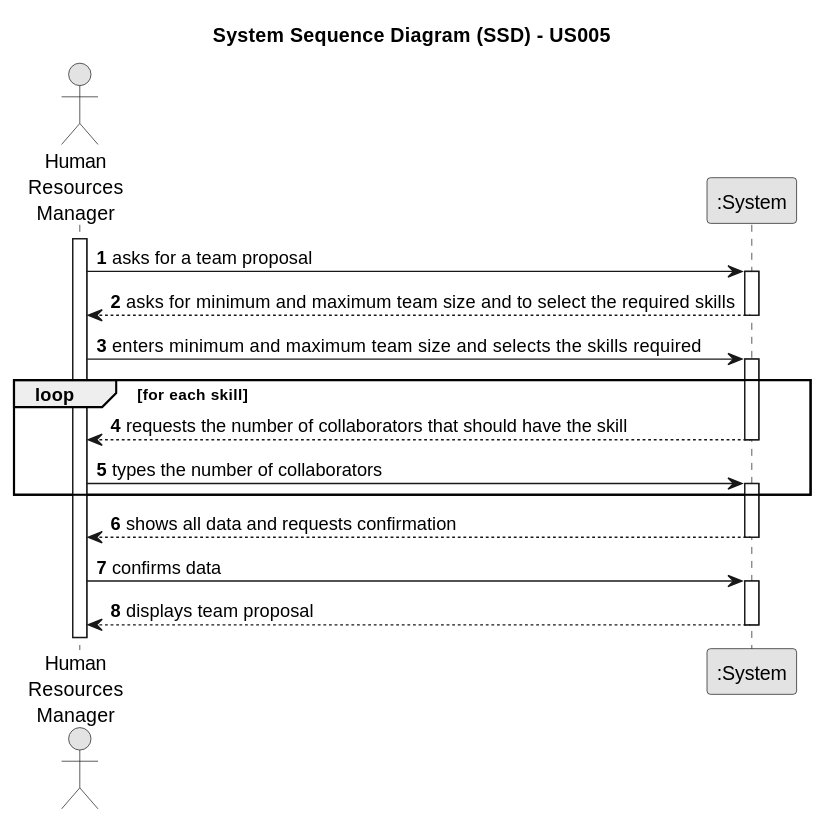
This is docs/sprintA/us005/01.requirements-engineering/svg/us005-system-sequence-diagram.svg from Departamento-de-Engenharia-Informatica/lei-24-s2-1dm-g132, a PlantUML export, as it was before one commit.
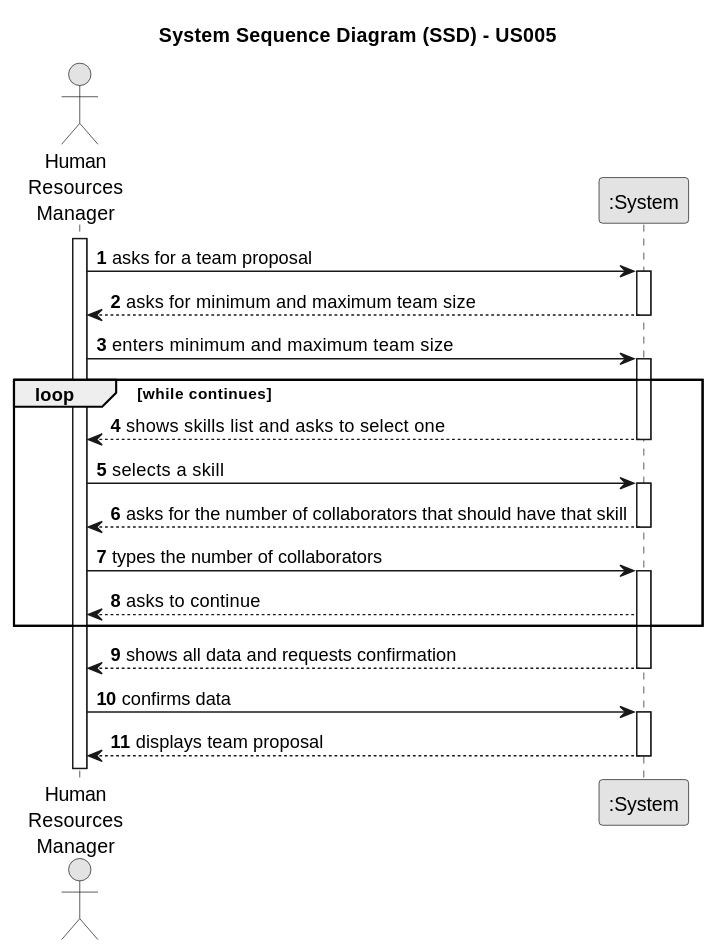
Above is the later version.

Diff of the diagram source:
```diff
@@ -15,18 +15,26 @@
     HRM -> System : asks for a team proposal
     activate System
 
-        System --> HRM : asks for minimum and maximum team size and to select the required skills
+        System --> HRM : asks for minimum and maximum team size
     deactivate System
 
-    HRM -> System : enters  minimum and maximum team size and selects the skills required
+    HRM -> System : enters  minimum and maximum team size
     activate System
 
-    loop for each skill
-        System --> HRM : requests the number of collaborators that should have the skill
+    loop while continues
+        System --> HRM : shows skills list and asks to select one
+    deactivate System
+
+    HRM -> System : selects a skill
+    activate System
+
+        System --> HRM : asks for the number of collaborators that should have that skill
     deactivate System
 
     HRM -> System : types the number of collaborators
     activate System
+
+        System --> HRM : asks to continue
     end
 
         System --> HRM : shows all data and requests confirmation
```
